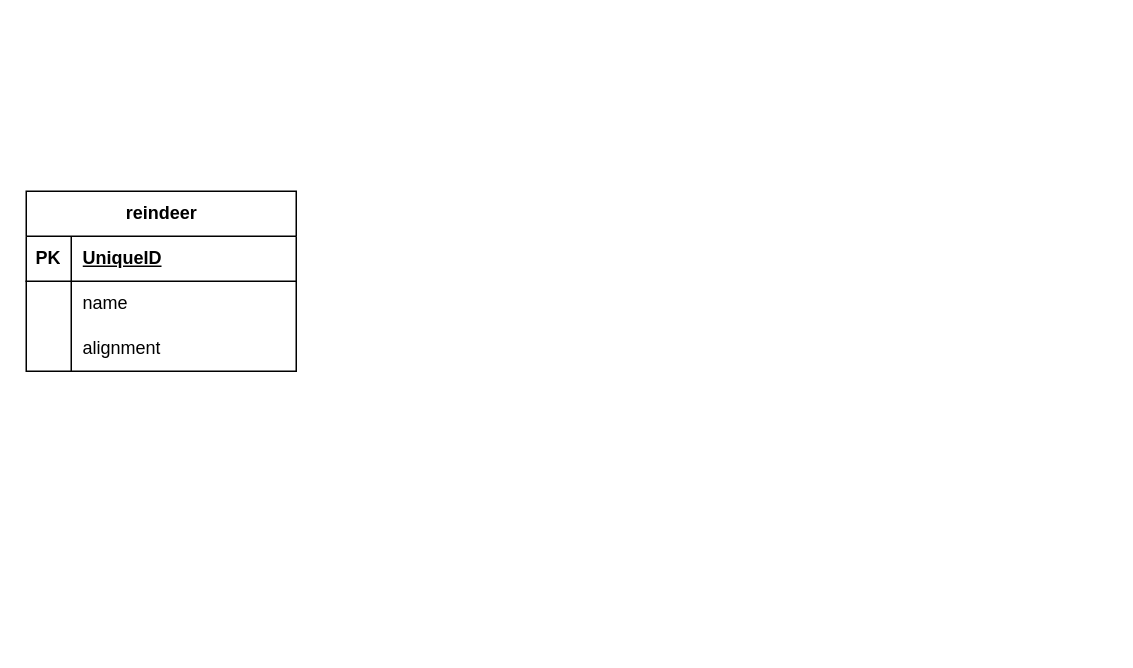
Earlier version of the draw.io diagram doc/devathon8.drawio (Devathon2024-Equipo4/backend). Source tidied: cells renumbered, new cells numbered last; positions are measured from the earlier drawing's top-left corner, leaving out a move shared by most shapes. Both pictures are drawn from the tidied source at 150%, with x=0, y=0 at pixel (26, 190).
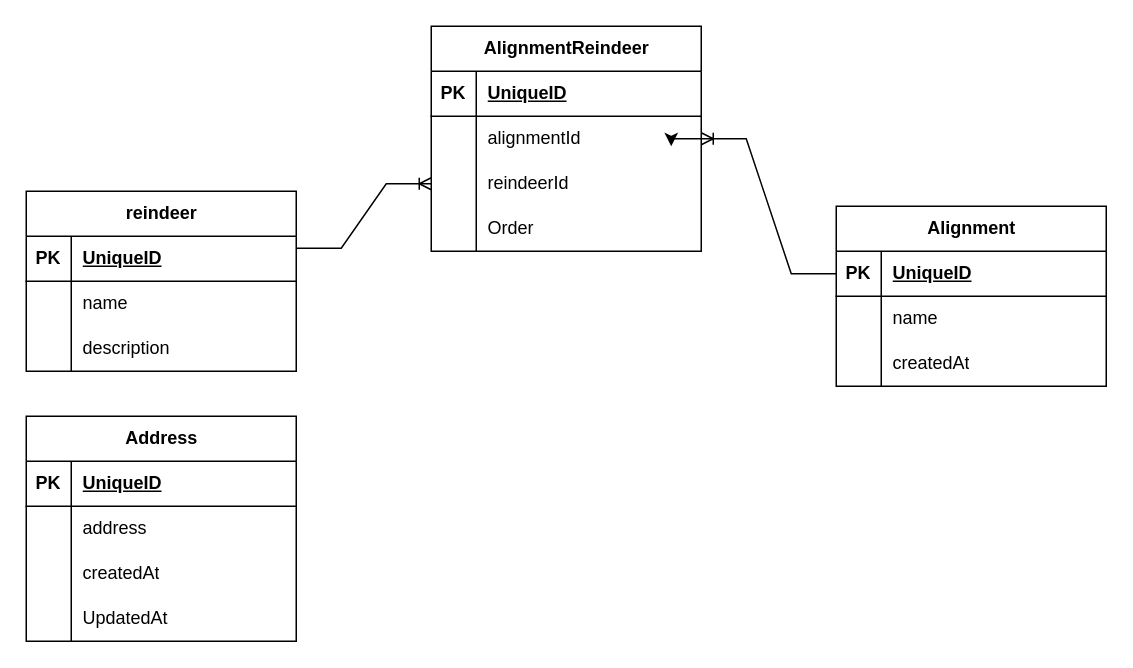
After the change.

Commit message (it also covers changes not shown here):
feat: model and controller alignment

The change refers to these unchanged cells:
```xml
<mxCell id="3" style="shape=tableRow;horizontal=0;startSize=0;swimlaneHead=0;swimlaneBody=0;fillColor=none;points=[[0,0.5],[1,0.5]];portConstraint=eastwest;top=0;left=0;right=0;bottom=1;" parent="2" vertex="1">
  <mxGeometry y="30" width="180" height="30" as="geometry" />
</mxCell>
<mxCell id="9" style="shape=tableRow;horizontal=0;startSize=0;swimlaneHead=0;swimlaneBody=0;fillColor=none;top=0;left=0;right=0;bottom=0;" parent="2" vertex="1">
  <mxGeometry y="90" width="180" height="30" as="geometry" />
</mxCell>
```

Diff of the diagram source:
```diff
@@
-    <mxCell id="11" value="alignment" style="shape=partialRectangle;fillColor=none;top=0;left=0;bottom=0;right=0;align=left;spacingLeft=6;overflow=hidden;whiteSpace=wrap;html=1;" parent="9" vertex="1">
+    <mxCell id="11" value="description" style="shape=partialRectangle;fillColor=none;top=0;left=0;bottom=0;right=0;align=left;spacingLeft=6;overflow=hidden;whiteSpace=wrap;html=1;" parent="9" vertex="1">
       <mxGeometry x="30" width="150" height="30" as="geometry" />
     </mxCell>
+    <mxCell id="12" value="Alignment" style="shape=table;startSize=30;childLayout=tableLayout;rowLines=0;fontStyle=1;align=center;html=1;" parent="1" vertex="1">
+      <mxGeometry x="540" y="10" width="180" height="120" as="geometry" />
+    </mxCell>
+    <mxCell id="13" style="shape=tableRow;horizontal=0;startSize=0;swimlaneHead=0;swimlaneBody=0;fillColor=none;points=[[0,0.5],[1,0.5]];portConstraint=eastwest;top=0;left=0;right=0;bottom=1;" parent="12" vertex="1">
+      <mxGeometry y="30" width="180" height="30" as="geometry" />
+    </mxCell>
+    <mxCell id="14" value="PK" style="shape=partialRectangle;fillColor=none;top=0;left=0;bottom=0;right=0;fontStyle=1;overflow=hidden;whiteSpace=wrap;html=1;" parent="13" vertex="1">
+      <mxGeometry width="30" height="30" as="geometry" />
+    </mxCell>
+    <mxCell id="15" value="UniqueID" style="shape=partialRectangle;fillColor=none;top=0;left=0;bottom=0;right=0;align=left;spacingLeft=6;fontStyle=5;overflow=hidden;whiteSpace=wrap;html=1;" parent="13" vertex="1">
+      <mxGeometry x="30" width="150" height="30" as="geometry" />
+    </mxCell>
+    <mxCell id="16" style="shape=tableRow;horizontal=0;startSize=0;swimlaneHead=0;swimlaneBody=0;fillColor=none;top=0;left=0;right=0;bottom=0;" parent="12" vertex="1">
+      <mxGeometry y="60" width="180" height="30" as="geometry" />
+    </mxCell>
+    <mxCell id="17" style="shape=partialRectangle;fillColor=none;top=0;left=0;bottom=0;right=0;overflow=hidden;whiteSpace=wrap;html=1;" parent="16" vertex="1">
+      <mxGeometry width="30" height="30" as="geometry" />
+    </mxCell>
+    <mxCell id="18" value="name" style="shape=partialRectangle;fillColor=none;top=0;left=0;bottom=0;right=0;align=left;spacingLeft=6;overflow=hidden;whiteSpace=wrap;html=1;" parent="16" vertex="1">
+      <mxGeometry x="30" width="150" height="30" as="geometry" />
+    </mxCell>
+    <mxCell id="19" style="shape=tableRow;horizontal=0;startSize=0;swimlaneHead=0;swimlaneBody=0;fillColor=none;top=0;left=0;right=0;bottom=0;" parent="12" vertex="1">
+      <mxGeometry y="90" width="180" height="30" as="geometry" />
+    </mxCell>
+    <mxCell id="20" style="shape=partialRectangle;fillColor=none;top=0;left=0;bottom=0;right=0;overflow=hidden;whiteSpace=wrap;html=1;" parent="19" vertex="1">
+      <mxGeometry width="30" height="30" as="geometry" />
+    </mxCell>
+    <mxCell id="21" value="createdAt" style="shape=partialRectangle;fillColor=none;top=0;left=0;bottom=0;right=0;align=left;spacingLeft=6;overflow=hidden;whiteSpace=wrap;html=1;" parent="19" vertex="1">
+      <mxGeometry x="30" width="150" height="30" as="geometry" />
+    </mxCell>
+    <mxCell id="22" value="AlignmentReindeer" style="shape=table;startSize=30;childLayout=tableLayout;rowLines=0;fontStyle=1;align=center;html=1;" parent="1" vertex="1">
+      <mxGeometry x="270" y="-110" width="180" height="150" as="geometry" />
+    </mxCell>
+    <mxCell id="23" style="shape=tableRow;horizontal=0;startSize=0;swimlaneHead=0;swimlaneBody=0;fillColor=none;top=0;left=0;right=0;bottom=1;" parent="22" vertex="1">
+      <mxGeometry y="30" width="180" height="30" as="geometry" />
+    </mxCell>
+    <mxCell id="24" value="PK" style="shape=partialRectangle;fillColor=none;top=0;left=0;bottom=0;right=0;fontStyle=1;overflow=hidden;whiteSpace=wrap;html=1;" parent="23" vertex="1">
+      <mxGeometry width="30" height="30" as="geometry" />
+    </mxCell>
+    <mxCell id="25" value="UniqueID" style="shape=partialRectangle;fillColor=none;top=0;left=0;bottom=0;right=0;align=left;spacingLeft=6;fontStyle=5;overflow=hidden;whiteSpace=wrap;html=1;" parent="23" vertex="1">
+      <mxGeometry x="30" width="150" height="30" as="geometry" />
+    </mxCell>
+    <mxCell id="26" style="shape=tableRow;horizontal=0;startSize=0;swimlaneHead=0;swimlaneBody=0;fillColor=none;points=[[0,0.5],[1,0.5]];portConstraint=eastwest;top=0;left=0;right=0;bottom=0;" parent="22" vertex="1">
+      <mxGeometry y="60" width="180" height="30" as="geometry" />
+    </mxCell>
+    <mxCell id="27" style="shape=partialRectangle;fillColor=none;top=0;left=0;bottom=0;right=0;overflow=hidden;whiteSpace=wrap;html=1;" parent="26" vertex="1">
+      <mxGeometry width="30" height="30" as="geometry" />
+    </mxCell>
+    <mxCell id="28" value="alignmentId" style="shape=partialRectangle;fillColor=none;top=0;left=0;bottom=0;right=0;align=left;spacingLeft=6;overflow=hidden;whiteSpace=wrap;html=1;" parent="26" vertex="1">
+      <mxGeometry x="30" width="150" height="30" as="geometry" />
+    </mxCell>
+    <mxCell id="29" style="shape=tableRow;horizontal=0;startSize=0;swimlaneHead=0;swimlaneBody=0;fillColor=none;points=[[0,0.5],[1,0.5]];portConstraint=eastwest;top=0;left=0;right=0;bottom=0;" parent="22" vertex="1">
+      <mxGeometry y="90" width="180" height="30" as="geometry" />
+    </mxCell>
+    <mxCell id="30" style="shape=partialRectangle;fillColor=none;top=0;left=0;bottom=0;right=0;overflow=hidden;whiteSpace=wrap;html=1;" parent="29" vertex="1">
+      <mxGeometry width="30" height="30" as="geometry" />
+    </mxCell>
+    <mxCell id="31" value="reindeerId" style="shape=partialRectangle;fillColor=none;top=0;left=0;bottom=0;right=0;align=left;spacingLeft=6;overflow=hidden;whiteSpace=wrap;html=1;" parent="29" vertex="1">
+      <mxGeometry x="30" width="150" height="30" as="geometry" />
+    </mxCell>
+    <mxCell id="32" style="shape=tableRow;horizontal=0;startSize=0;swimlaneHead=0;swimlaneBody=0;fillColor=none;top=0;left=0;right=0;bottom=0;" parent="22" vertex="1">
+      <mxGeometry y="120" width="180" height="30" as="geometry" />
+    </mxCell>
+    <mxCell id="33" style="shape=partialRectangle;fillColor=none;top=0;left=0;bottom=0;right=0;overflow=hidden;whiteSpace=wrap;html=1;" parent="32" vertex="1">
+      <mxGeometry width="30" height="30" as="geometry" />
+    </mxCell>
+    <mxCell id="34" value="Order" style="shape=partialRectangle;fillColor=none;top=0;left=0;bottom=0;right=0;align=left;spacingLeft=6;overflow=hidden;whiteSpace=wrap;html=1;" parent="32" vertex="1">
+      <mxGeometry x="30" width="150" height="30" as="geometry" />
+    </mxCell>
+    <mxCell id="35" style="edgeStyle=orthogonalEdgeStyle;rounded=0;jettySize=auto;html=1;exitX=1;exitY=0.5;exitDx=0;exitDy=0;" parent="1" edge="1" source="26">
+      <mxGeometry relative="1" as="geometry">
+        <mxPoint x="430" y="-30" as="targetPoint" />
+      </mxGeometry>
+    </mxCell>
+    <mxCell id="36" style="edgeStyle=entityRelationEdgeStyle;fontSize=12;html=1;endArrow=ERoneToMany;rounded=0;" parent="1" edge="1" source="13" target="26">
+      <mxGeometry relative="1" as="geometry" />
+    </mxCell>
+    <mxCell id="37" style="edgeStyle=entityRelationEdgeStyle;fontSize=12;html=1;endArrow=ERoneToMany;rounded=0;exitX=1;exitY=0.267;exitDx=0;exitDy=0;exitPerimeter=0;" parent="1" edge="1" source="3" target="29">
+      <mxGeometry relative="1" as="geometry" />
+    </mxCell>
+    <mxCell id="38" value="Address" style="shape=table;startSize=30;childLayout=tableLayout;rowLines=0;fontStyle=1;align=center;html=1;" parent="1" vertex="1">
+      <mxGeometry y="150" width="180" height="150" as="geometry" />
+    </mxCell>
+    <mxCell id="39" style="shape=tableRow;horizontal=0;startSize=0;swimlaneHead=0;swimlaneBody=0;fillColor=none;top=0;left=0;right=0;bottom=1;" parent="38" vertex="1">
+      <mxGeometry y="30" width="180" height="30" as="geometry" />
+    </mxCell>
+    <mxCell id="40" value="PK" style="shape=partialRectangle;fillColor=none;top=0;left=0;bottom=0;right=0;fontStyle=1;overflow=hidden;whiteSpace=wrap;html=1;" parent="39" vertex="1">
+      <mxGeometry width="30" height="30" as="geometry" />
+    </mxCell>
+    <mxCell id="41" value="UniqueID" style="shape=partialRectangle;fillColor=none;top=0;left=0;bottom=0;right=0;align=left;spacingLeft=6;fontStyle=5;overflow=hidden;whiteSpace=wrap;html=1;" parent="39" vertex="1">
+      <mxGeometry x="30" width="150" height="30" as="geometry" />
+    </mxCell>
+    <mxCell id="42" style="shape=tableRow;horizontal=0;startSize=0;swimlaneHead=0;swimlaneBody=0;fillColor=none;top=0;left=0;right=0;bottom=0;" parent="38" vertex="1">
+      <mxGeometry y="60" width="180" height="30" as="geometry" />
+    </mxCell>
+    <mxCell id="43" style="shape=partialRectangle;fillColor=none;top=0;left=0;bottom=0;right=0;overflow=hidden;whiteSpace=wrap;html=1;" parent="42" vertex="1">
+      <mxGeometry width="30" height="30" as="geometry" />
+    </mxCell>
+    <mxCell id="44" value="address" style="shape=partialRectangle;fillColor=none;top=0;left=0;bottom=0;right=0;align=left;spacingLeft=6;overflow=hidden;whiteSpace=wrap;html=1;" parent="42" vertex="1">
+      <mxGeometry x="30" width="150" height="30" as="geometry" />
+    </mxCell>
+    <mxCell id="45" style="shape=tableRow;horizontal=0;startSize=0;swimlaneHead=0;swimlaneBody=0;fillColor=none;top=0;left=0;right=0;bottom=0;" parent="38" vertex="1">
+      <mxGeometry y="90" width="180" height="30" as="geometry" />
+    </mxCell>
+    <mxCell id="46" style="shape=partialRectangle;fillColor=none;top=0;left=0;bottom=0;right=0;overflow=hidden;whiteSpace=wrap;html=1;" parent="45" vertex="1">
+      <mxGeometry width="30" height="30" as="geometry" />
+    </mxCell>
+    <mxCell id="47" value="createdAt" style="shape=partialRectangle;fillColor=none;top=0;left=0;bottom=0;right=0;align=left;spacingLeft=6;overflow=hidden;whiteSpace=wrap;html=1;" parent="45" vertex="1">
+      <mxGeometry x="30" width="150" height="30" as="geometry" />
+    </mxCell>
+    <mxCell id="48" style="shape=tableRow;horizontal=0;startSize=0;swimlaneHead=0;swimlaneBody=0;fillColor=none;top=0;left=0;right=0;bottom=0;" parent="38" vertex="1">
+      <mxGeometry y="120" width="180" height="30" as="geometry" />
+    </mxCell>
+    <mxCell id="49" style="shape=partialRectangle;fillColor=none;top=0;left=0;bottom=0;right=0;overflow=hidden;whiteSpace=wrap;html=1;" parent="48" vertex="1">
+      <mxGeometry width="30" height="30" as="geometry" />
+    </mxCell>
+    <mxCell id="50" value="UpdatedAt" style="shape=partialRectangle;fillColor=none;top=0;left=0;bottom=0;right=0;align=left;spacingLeft=6;overflow=hidden;whiteSpace=wrap;html=1;" parent="48" vertex="1">
+      <mxGeometry x="30" width="150" height="30" as="geometry" />
+    </mxCell>
```
